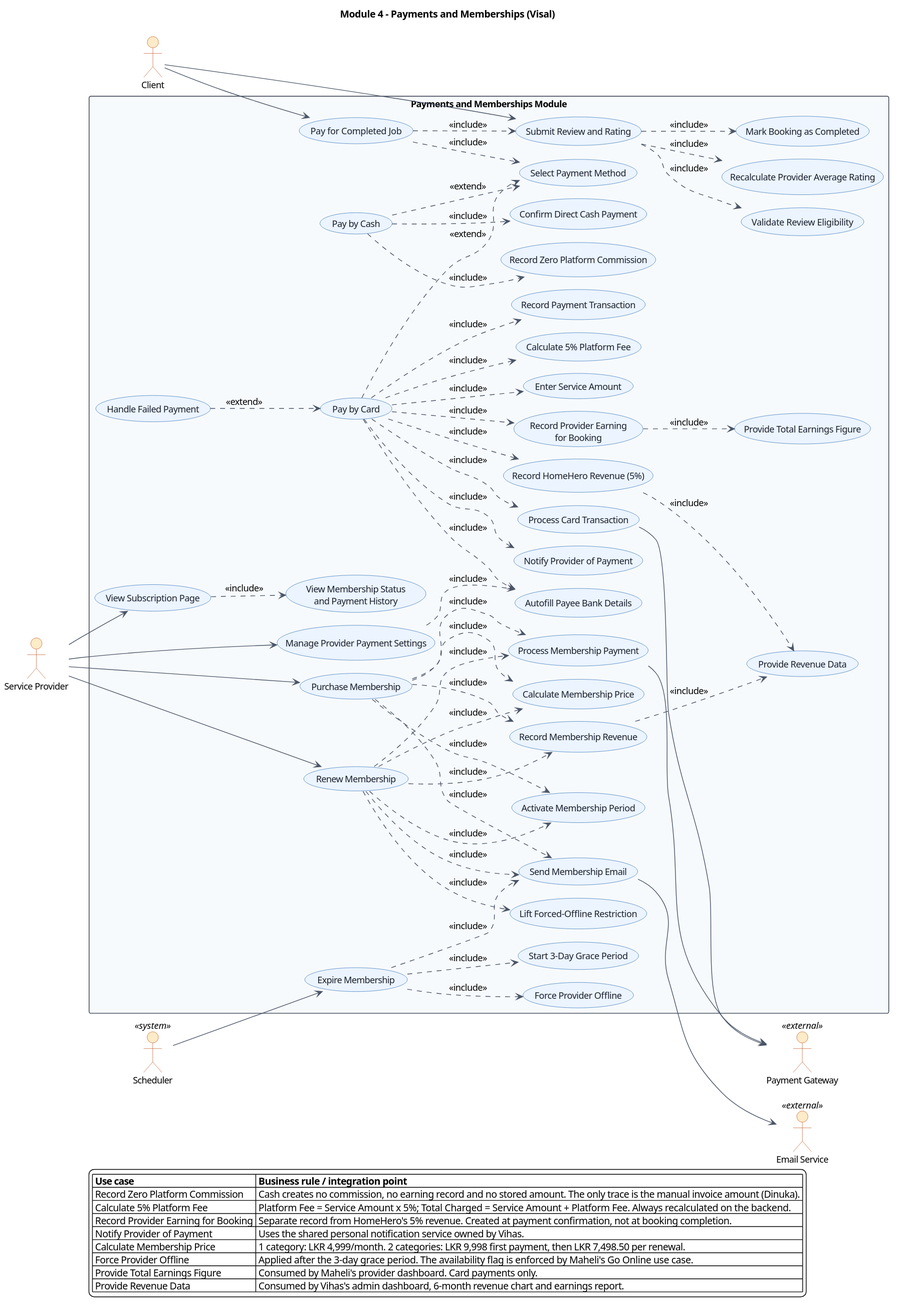
The PlantUML diagram docs/uml/use-cases/out/Module4-Payments-Memberships.svg in visal2057/homeHeroVersion5.0, before a commit.
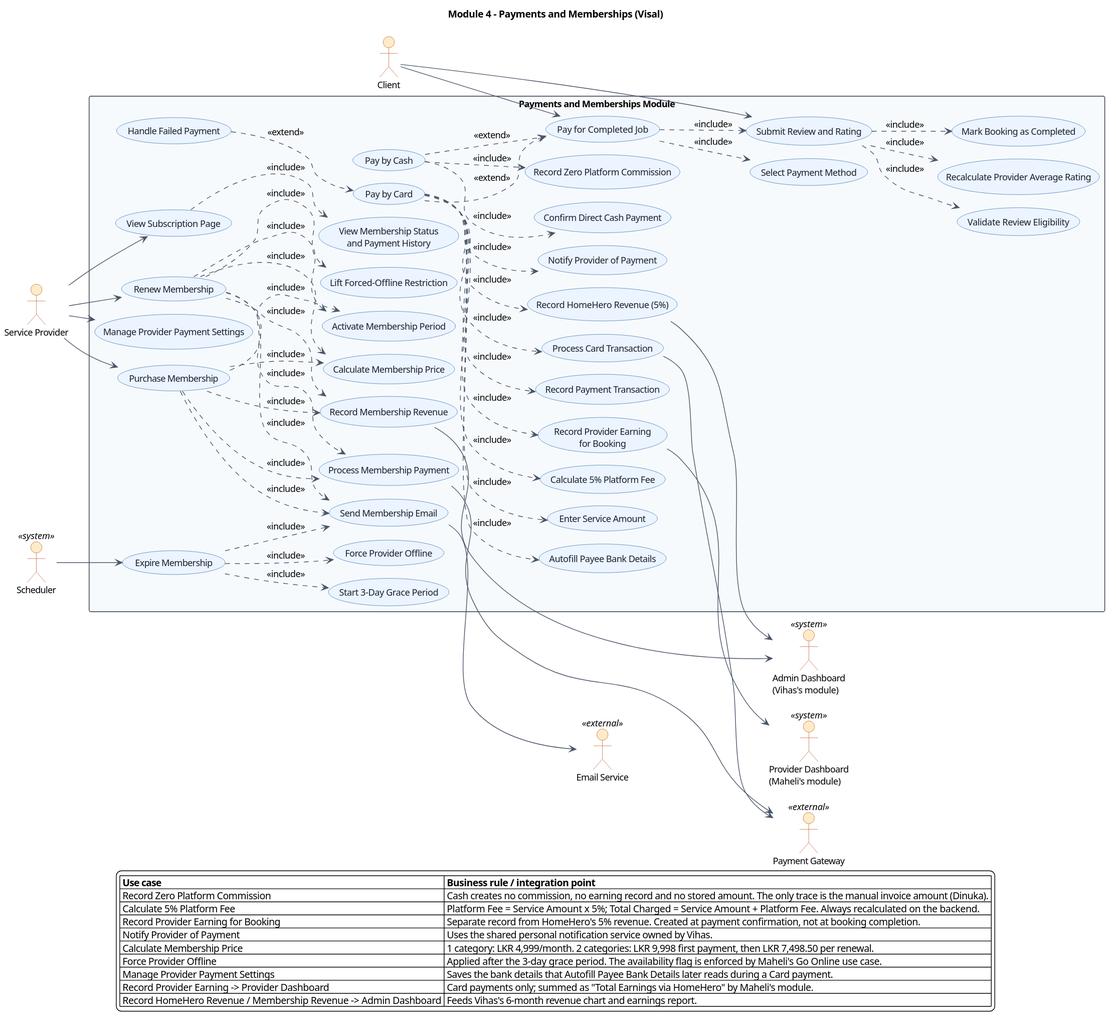
Later version of the same file.

Change to the diagram source:
```diff
@@ -29,6 +29,8 @@
 actor "Payment Gateway" as PG <<external>>
 actor "Scheduler" as SCH <<system>>
 actor "Email Service" as MAIL <<external>>
+actor "Provider Dashboard\n(Maheli's module)" as DASH <<system>>
+actor "Admin Dashboard\n(Vihas's module)" as ADMIN <<system>>
 
 rectangle "Payments and Memberships Module" {
 
@@ -69,8 +71,6 @@
   usecase "Lift Forced-Offline Restriction" as UC32
 
   usecase "Manage Provider Payment Settings" as UC33
-  usecase "Provide Total Earnings Figure" as UC34
-  usecase "Provide Revenue Data" as UC35
 }
 
 CLI --> UC1
@@ -85,8 +85,8 @@
 UC28 --> MAIL
 
 UC1 ..> UC2 : <<include>>
-UC3 ..> UC2 : <<extend>>
-UC6 ..> UC2 : <<extend>>
+UC3 ..> UC1 : <<extend>>
+UC6 ..> UC1 : <<extend>>
 
 UC3 ..> UC4 : <<include>>
 UC3 ..> UC5 : <<include>>
@@ -123,10 +123,9 @@
 UC29 ..> UC31 : <<include>>
 UC29 ..> UC28 : <<include>>
 
-UC13 ..> UC34 : <<include>>
-UC12 ..> UC35 : <<include>>
-UC26 ..> UC35 : <<include>>
-UC33 ..> UC7  : <<include>>
+UC13 --> DASH
+UC12 --> ADMIN
+UC26 --> ADMIN
 
 legend bottom
   |= Use case |= Business rule / integration point |
@@ -136,7 +135,8 @@
   | Notify Provider of Payment | Uses the shared personal notification service owned by Vihas. |
   | Calculate Membership Price | 1 category: LKR 4,999/month. 2 categories: LKR 9,998 first payment, then LKR 7,498.50 per renewal. |
   | Force Provider Offline | Applied after the 3-day grace period. The availability flag is enforced by Maheli's Go Online use case. |
-  | Provide Total Earnings Figure | Consumed by Maheli's provider dashboard. Card payments only. |
-  | Provide Revenue Data | Consumed by Vihas's admin dashboard, 6-month revenue chart and earnings report. |
+  | Manage Provider Payment Settings | Saves the bank details that Autofill Payee Bank Details later reads during a Card payment. |
+  | Record Provider Earning -> Provider Dashboard | Card payments only; summed as "Total Earnings via HomeHero" by Maheli's module. |
+  | Record HomeHero Revenue / Membership Revenue -> Admin Dashboard | Feeds Vihas's 6-month revenue chart and earnings report. |
 endlegend
 @enduml
```
